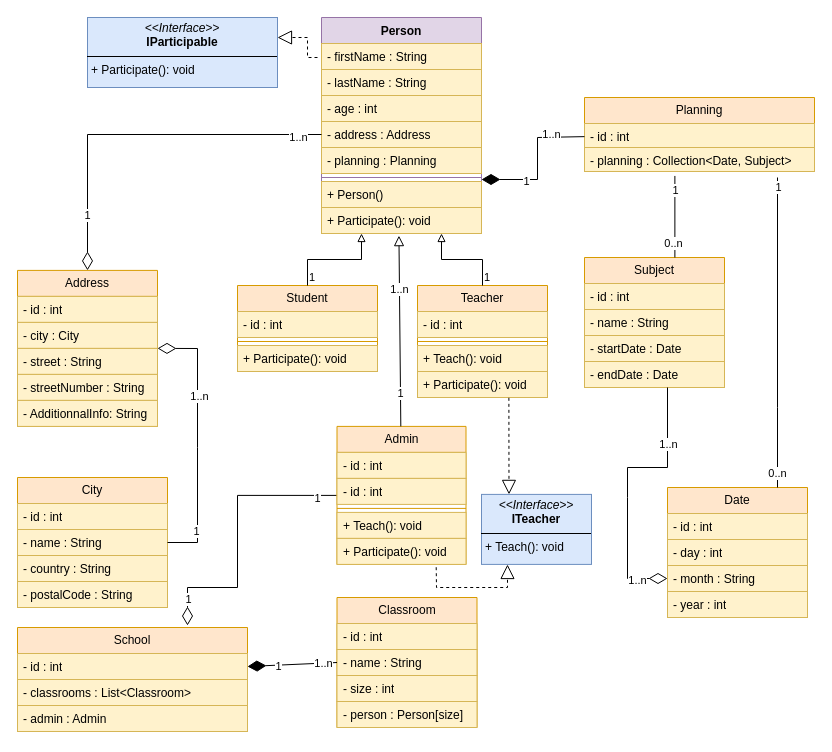
Before: UML/Class_diagram.drawio in KMorere/school_uml, a draw.io diagram. Source tidied: cells renumbered, new cells numbered last; positions are measured from the earlier drawing's top-left corner, leaving out a move shared by most shapes. Both pictures are drawn from the tidied source at 100%, with x=0, y=0 at pixel (17, 17).
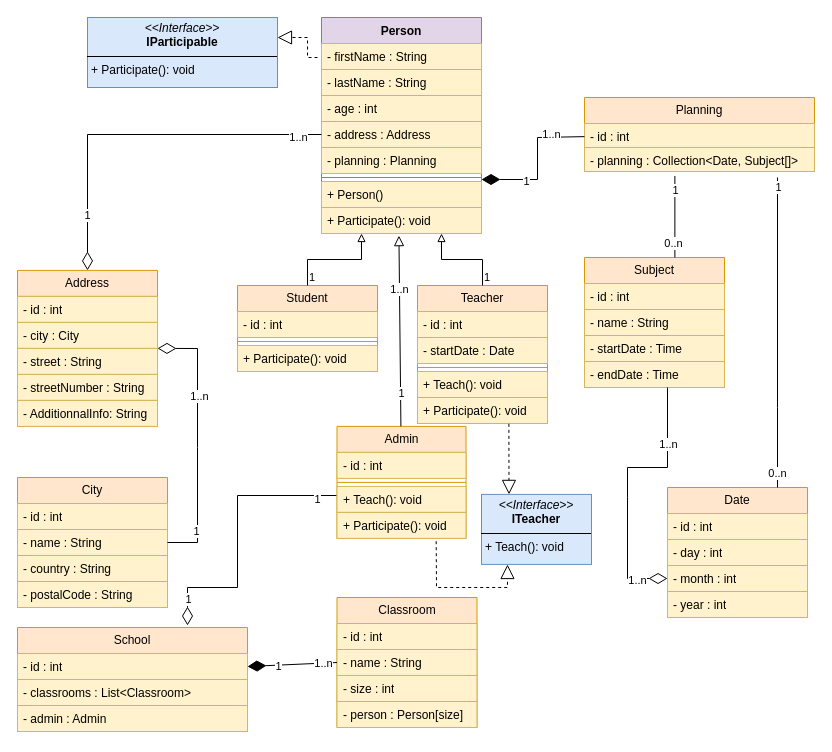
Above is the later version.

Unchanged cells that the change refers to:
```xml
<mxCell id="25" value="Subject" style="swimlane;fontStyle=0;horizontal=1;startSize=26;fillColor=#ffe6cc;whiteSpace=wrap;html=1;strokeColor=#d79b00;" parent="1" vertex="1">
  <mxGeometry x="567" y="240" width="140" height="130" as="geometry" />
</mxCell>
<mxCell id="30" value="Date" style="swimlane;fontStyle=0;horizontal=1;startSize=26;fillColor=#ffe6cc;whiteSpace=wrap;html=1;strokeColor=#d79b00;" parent="1" vertex="1">
  <mxGeometry x="650" y="470" width="140" height="130" as="geometry" />
</mxCell>
<mxCell id="35" value="Planning" style="swimlane;fontStyle=0;horizontal=1;startSize=26;fillColor=#ffe6cc;whiteSpace=wrap;html=1;strokeColor=#d79b00;" parent="1" vertex="1">
  <mxGeometry x="567" y="80" width="230" height="74" as="geometry" />
</mxCell>
```

What changed in the source:
```diff
@@
-    <mxCell id="28" value="- startDate : Date" style="text;strokeColor=#d6b656;fillColor=#fff2cc;align=left;verticalAlign=top;spacingLeft=4;spacingRight=4;overflow=hidden;whiteSpace=wrap;html=1;" parent="25" vertex="1">
+    <mxCell id="28" value="- startDate : Time" style="text;strokeColor=#d6b656;fillColor=#fff2cc;align=left;verticalAlign=top;spacingLeft=4;spacingRight=4;overflow=hidden;whiteSpace=wrap;html=1;" parent="25" vertex="1">
       <mxGeometry y="78" width="140" height="26" as="geometry" />
     </mxCell>
-    <mxCell id="29" value="- endDate : Date" style="text;strokeColor=#d6b656;fillColor=#fff2cc;align=left;verticalAlign=top;spacingLeft=4;spacingRight=4;overflow=hidden;whiteSpace=wrap;html=1;" parent="25" vertex="1">
+    <mxCell id="29" value="- endDate : Time" style="text;strokeColor=#d6b656;fillColor=#fff2cc;align=left;verticalAlign=top;spacingLeft=4;spacingRight=4;overflow=hidden;whiteSpace=wrap;html=1;" parent="25" vertex="1">
       <mxGeometry y="104" width="140" height="26" as="geometry" />
     </mxCell>
@@
-    <mxCell id="33" value="- month : String" style="text;strokeColor=#d6b656;fillColor=#fff2cc;align=left;verticalAlign=top;spacingLeft=4;spacingRight=4;overflow=hidden;points=[[0,0.5],[1,0.5]];portConstraint=eastwest;whiteSpace=wrap;html=1;" parent="30" vertex="1">
+    <mxCell id="33" value="- month : int" style="text;strokeColor=#d6b656;fillColor=#fff2cc;align=left;verticalAlign=top;spacingLeft=4;spacingRight=4;overflow=hidden;points=[[0,0.5],[1,0.5]];portConstraint=eastwest;whiteSpace=wrap;html=1;" parent="30" vertex="1">
       <mxGeometry y="78" width="140" height="26" as="geometry" />
     </mxCell>
@@
-    <mxCell id="37" value="- planning : Collection&amp;lt;Date, Subject&amp;gt;" style="text;strokeColor=#d6b656;fillColor=#fff2cc;align=left;verticalAlign=top;spacingLeft=4;spacingRight=4;overflow=hidden;points=[[0,0.5],[1,0.5]];portConstraint=eastwest;whiteSpace=wrap;html=1;" parent="35" vertex="1">
+    <mxCell id="37" value="- planning : Collection&amp;lt;Date, Subject[]&amp;gt;" style="text;strokeColor=#d6b656;fillColor=#fff2cc;align=left;verticalAlign=top;spacingLeft=4;spacingRight=4;overflow=hidden;points=[[0,0.5],[1,0.5]];portConstraint=eastwest;whiteSpace=wrap;html=1;" parent="35" vertex="1">
       <mxGeometry y="50" width="230" height="24" as="geometry" />
     </mxCell>
@@
     <mxCell id="52" value="Teacher" style="swimlane;fontStyle=0;horizontal=1;startSize=26;fillColor=#ffe6cc;whiteSpace=wrap;html=1;strokeColor=#d79b00;" parent="1" vertex="1">
-      <mxGeometry x="400" y="268" width="130" height="112" as="geometry" />
+      <mxGeometry x="400" y="268" width="130" height="138" as="geometry" />
     </mxCell>
@@
+    <mxCell id="95" value="- startDate : Date" style="text;strokeColor=#d6b656;fillColor=#fff2cc;align=left;verticalAlign=top;spacingLeft=4;spacingRight=4;overflow=hidden;whiteSpace=wrap;html=1;" parent="52" vertex="1">
+      <mxGeometry y="52" width="130" height="26" as="geometry" />
+    </mxCell>
     <mxCell id="54" style="line;strokeWidth=1;fillColor=none;align=left;verticalAlign=middle;spacingTop=-1;spacingLeft=3;spacingRight=3;labelPosition=right;strokeColor=inherit;" parent="52" vertex="1">
-      <mxGeometry y="52" width="130" height="8" as="geometry" />
+      <mxGeometry y="78" width="130" height="8" as="geometry" />
     </mxCell>
     <mxCell id="55" value="+ Teach(): void" style="text;strokeColor=#d6b656;fillColor=#fff2cc;align=left;verticalAlign=top;spacingLeft=4;spacingRight=4;overflow=hidden;whiteSpace=wrap;html=1;" parent="52" vertex="1">
-      <mxGeometry y="60" width="130" height="26" as="geometry" />
+      <mxGeometry y="86" width="130" height="26" as="geometry" />
     </mxCell>
     <mxCell id="56" value="+ Participate(): void" style="text;strokeColor=#d6b656;fillColor=#fff2cc;align=left;verticalAlign=top;spacingLeft=4;spacingRight=4;overflow=hidden;points=[[0,0.5],[1,0.5]];portConstraint=eastwest;whiteSpace=wrap;html=1;" parent="52" vertex="1">
-      <mxGeometry y="86" width="130" height="26" as="geometry" />
+      <mxGeometry y="112" width="130" height="26" as="geometry" />
     </mxCell>
@@
     <mxCell id="60" value="Admin" style="swimlane;fontStyle=0;horizontal=1;startSize=26;fillColor=#ffe6cc;whiteSpace=wrap;html=1;strokeColor=#d79b00;" parent="1" vertex="1">
-      <mxGeometry x="319.5" y="408.9" width="129" height="138" as="geometry" />
+      <mxGeometry x="319.5" y="408.9" width="129" height="112" as="geometry" />
     </mxCell>
@@
-    <mxCell id="62" value="- id : int" style="text;strokeColor=#d6b656;fillColor=#fff2cc;align=left;verticalAlign=top;spacingLeft=4;spacingRight=4;overflow=hidden;whiteSpace=wrap;html=1;" parent="60" vertex="1">
-      <mxGeometry y="52" width="129" height="26" as="geometry" />
-    </mxCell>
     <mxCell id="63" style="line;strokeWidth=1;fillColor=none;align=left;verticalAlign=middle;spacingTop=-1;spacingLeft=3;spacingRight=3;labelPosition=right;strokeColor=inherit;" parent="60" vertex="1">
-      <mxGeometry y="78" width="129" height="8" as="geometry" />
+      <mxGeometry y="52" width="129" height="8" as="geometry" />
     </mxCell>
     <mxCell id="64" value="+ Teach(): void" style="text;strokeColor=#d6b656;fillColor=#fff2cc;align=left;verticalAlign=top;spacingLeft=4;spacingRight=4;overflow=hidden;whiteSpace=wrap;html=1;" parent="60" vertex="1">
-      <mxGeometry y="86" width="129" height="26" as="geometry" />
+      <mxGeometry y="60" width="129" height="26" as="geometry" />
     </mxCell>
     <mxCell id="65" value="+ Participate(): void" style="text;strokeColor=#d6b656;fillColor=#fff2cc;align=left;verticalAlign=top;spacingLeft=4;spacingRight=4;overflow=hidden;points=[[0,0.5],[1,0.5]];portConstraint=eastwest;whiteSpace=wrap;html=1;" parent="60" vertex="1">
-      <mxGeometry y="112" width="129" height="26" as="geometry" />
+      <mxGeometry y="86" width="129" height="26" as="geometry" />
     </mxCell>
```
